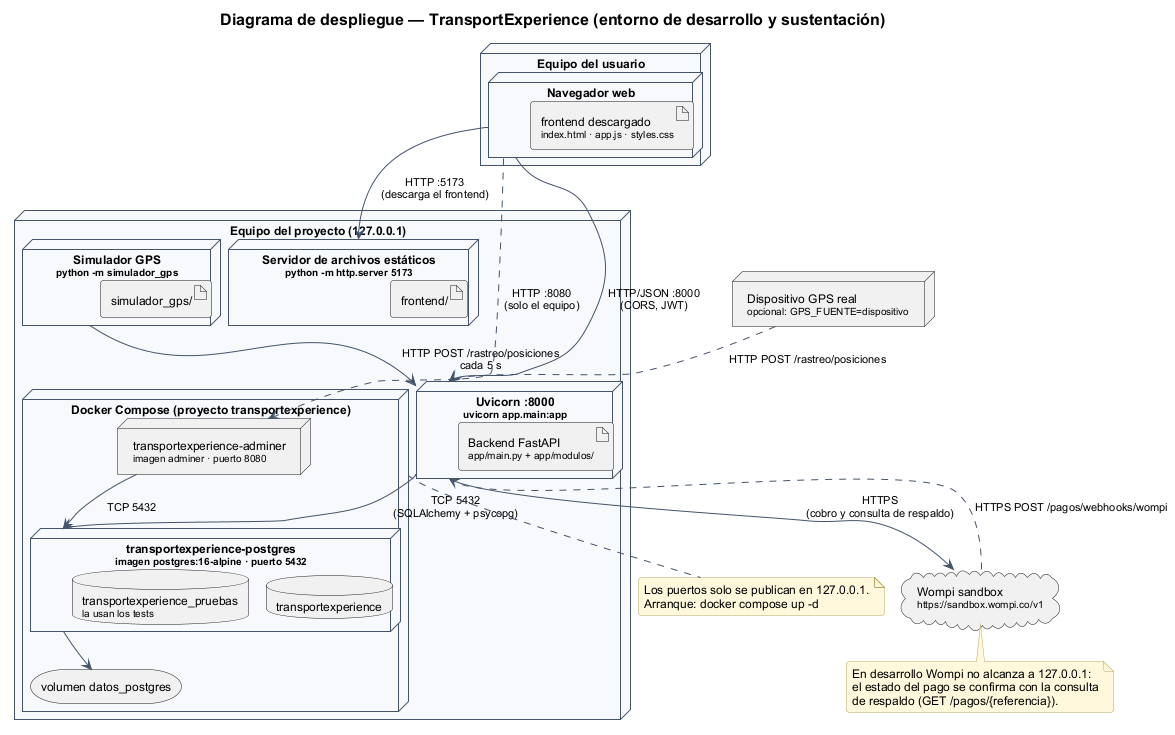
This is docs/uml/05-despliegue.png from jcaro819/TransportExperienceBackend, a PlantUML export, as it was before one commit. The source it was exported from:
```plantuml
@startuml
!include estilo.iuml
title Diagrama de despliegue — TransportExperience (entorno de desarrollo y sustentación)

node "Equipo del usuario" as equipo_usuario {
  node "Navegador web" as navegador {
    artifact "frontend descargado\n<size:10>index.html · app.js · styles.css</size>" as pagina
  }
}

node "Equipo del proyecto (127.0.0.1)" as servidor {
  node "Servidor de archivos estáticos\n<size:10>python -m http.server 5173</size>" as estatico {
    artifact "frontend/" as frontend
  }

  node "Uvicorn :8000\n<size:10>uvicorn app.main:app</size>" as uvicorn {
    artifact "Backend FastAPI\n<size:10>app/main.py + app/modulos/</size>" as api
  }

  node "Simulador GPS\n<size:10>python -m simulador_gps</size>" as simulador {
    artifact "simulador_gps/" as codigo_simulador
  }

  node "Docker Compose (proyecto transportexperience)" as compose {
    node "transportexperience-postgres\n<size:10>imagen postgres:16-alpine · puerto 5432</size>" as contenedor_pg {
      database "transportexperience" as bd
      database "transportexperience_pruebas\n<size:10>la usan los tests</size>" as bd_pruebas
    }
    node "transportexperience-adminer\n<size:10>imagen adminer · puerto 8080</size>" as adminer
    storage "volumen datos_postgres" as volumen
  }
}

cloud "Wompi sandbox\n<size:10>https://sandbox.wompi.co/v1</size>" as wompi
node "Dispositivo GPS real\n<size:10>opcional: GPS_FUENTE=dispositivo</size>" as dispositivo

navegador --> estatico : HTTP :5173\n(descarga el frontend)
navegador --> uvicorn : HTTP/JSON :8000\n(CORS, JWT)
uvicorn --> contenedor_pg : TCP 5432\n(SQLAlchemy + psycopg)
adminer --> contenedor_pg : TCP 5432
contenedor_pg --> volumen
navegador ..> adminer : HTTP :8080\n(solo el equipo)
simulador --> uvicorn : HTTP POST /rastreo/posiciones\ncada 5 s
dispositivo ..> uvicorn : HTTP POST /rastreo/posiciones
uvicorn --> wompi : HTTPS\n(cobro y consulta de respaldo)
wompi ..> uvicorn : HTTPS POST /pagos/webhooks/wompi

note bottom of wompi
  En desarrollo Wompi no alcanza a 127.0.0.1:
  el estado del pago se confirma con la consulta
  de respaldo (GET /pagos/{referencia}).
end note

note bottom of compose
  Los puertos solo se publican en 127.0.0.1.
  Arranque: docker compose up -d
end note
@enduml
```
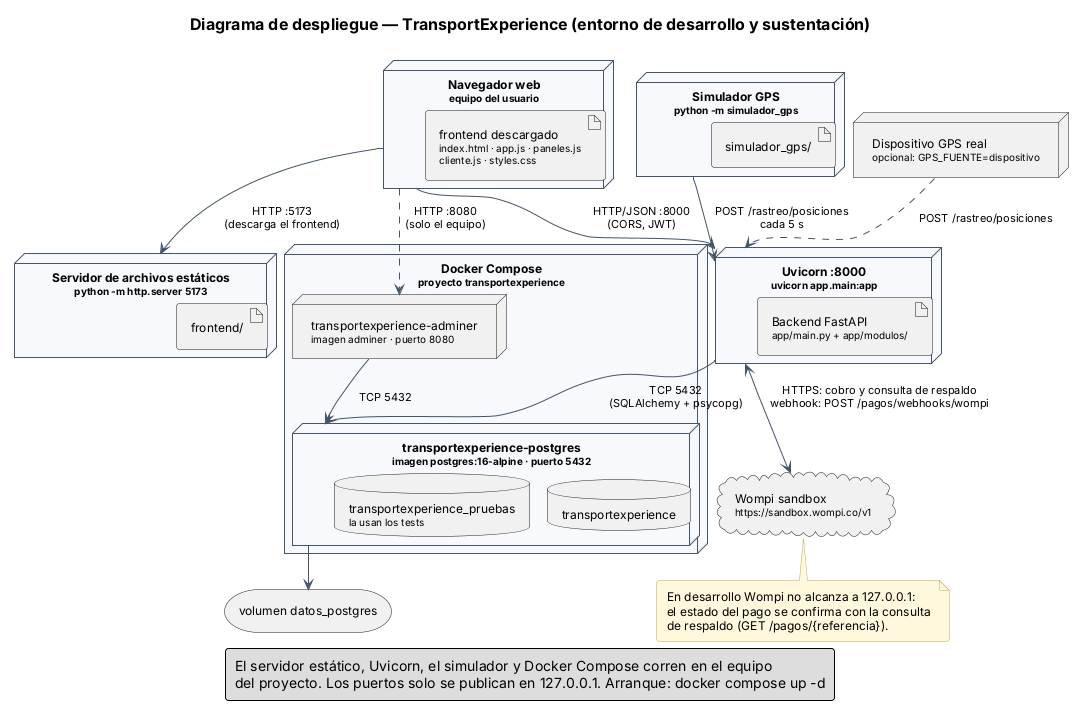
The same file after the commit.

Commit message:
Docs: diagrama de despliegue sin el bloque del equipo del proyecto y con nodos separados

- Se quita el nodo contenedor "Equipo del proyecto"; cada nodo queda suelto.
- Conexiones por niveles, todas hacia abajo, para que no se crucen.
- Wompi con una sola conexión de ida y vuelta (cobro y webhook).
- El artefacto del frontend nombra los cinco archivos reales (incluye paneles.js y cliente.js).

Claude-Session: https://claude.ai/code/session_01YU8Zek9tnRqsQKjdaAZvDD

The edit, as a diff of the source:
```diff
@@ -2,48 +2,49 @@
 !include estilo.iuml
 title Diagrama de despliegue — TransportExperience (entorno de desarrollo y sustentación)
 
-node "Equipo del usuario" as equipo_usuario {
-  node "Navegador web" as navegador {
-    artifact "frontend descargado\n<size:10>index.html · app.js · styles.css</size>" as pagina
-  }
+skinparam nodesep 80
+skinparam ranksep 100
+skinparam padding 4
+
+node "Navegador web\n<size:10>equipo del usuario</size>" as navegador {
+  artifact "frontend descargado\n<size:10>index.html · app.js · paneles.js</size>\n<size:10>cliente.js · styles.css</size>" as pagina
 }
 
-node "Equipo del proyecto (127.0.0.1)" as servidor {
-  node "Servidor de archivos estáticos\n<size:10>python -m http.server 5173</size>" as estatico {
-    artifact "frontend/" as frontend
-  }
-
-  node "Uvicorn :8000\n<size:10>uvicorn app.main:app</size>" as uvicorn {
-    artifact "Backend FastAPI\n<size:10>app/main.py + app/modulos/</size>" as api
-  }
-
-  node "Simulador GPS\n<size:10>python -m simulador_gps</size>" as simulador {
-    artifact "simulador_gps/" as codigo_simulador
-  }
-
-  node "Docker Compose (proyecto transportexperience)" as compose {
-    node "transportexperience-postgres\n<size:10>imagen postgres:16-alpine · puerto 5432</size>" as contenedor_pg {
-      database "transportexperience" as bd
-      database "transportexperience_pruebas\n<size:10>la usan los tests</size>" as bd_pruebas
-    }
-    node "transportexperience-adminer\n<size:10>imagen adminer · puerto 8080</size>" as adminer
-    storage "volumen datos_postgres" as volumen
-  }
+node "Servidor de archivos estáticos\n<size:10>python -m http.server 5173</size>" as estatico {
+  artifact "frontend/" as frontend
 }
 
-cloud "Wompi sandbox\n<size:10>https://sandbox.wompi.co/v1</size>" as wompi
+node "Uvicorn :8000\n<size:10>uvicorn app.main:app</size>" as uvicorn {
+  artifact "Backend FastAPI\n<size:10>app/main.py + app/modulos/</size>" as api
+}
+
+node "Simulador GPS\n<size:10>python -m simulador_gps</size>" as simulador {
+  artifact "simulador_gps/" as codigo_simulador
+}
+
 node "Dispositivo GPS real\n<size:10>opcional: GPS_FUENTE=dispositivo</size>" as dispositivo
 
+node "Docker Compose\n<size:10>proyecto transportexperience</size>" as compose {
+  node "transportexperience-postgres\n<size:10>imagen postgres:16-alpine · puerto 5432</size>" as contenedor_pg {
+    database "transportexperience" as bd
+    database "transportexperience_pruebas\n<size:10>la usan los tests</size>" as bd_pruebas
+  }
+  node "transportexperience-adminer\n<size:10>imagen adminer · puerto 8080</size>" as adminer
+}
+
+storage "volumen datos_postgres" as volumen
+
+cloud "Wompi sandbox\n<size:10>https://sandbox.wompi.co/v1</size>" as wompi
+
+dispositivo ..> uvicorn : POST /rastreo/posiciones
+simulador --> uvicorn : POST /rastreo/posiciones\ncada 5 s
 navegador --> estatico : HTTP :5173\n(descarga el frontend)
 navegador --> uvicorn : HTTP/JSON :8000\n(CORS, JWT)
+navegador ..> adminer : HTTP :8080\n(solo el equipo)
+uvicorn <--> wompi : HTTPS: cobro y consulta de respaldo\nwebhook: POST /pagos/webhooks/wompi
 uvicorn --> contenedor_pg : TCP 5432\n(SQLAlchemy + psycopg)
 adminer --> contenedor_pg : TCP 5432
 contenedor_pg --> volumen
-navegador ..> adminer : HTTP :8080\n(solo el equipo)
-simulador --> uvicorn : HTTP POST /rastreo/posiciones\ncada 5 s
-dispositivo ..> uvicorn : HTTP POST /rastreo/posiciones
-uvicorn --> wompi : HTTPS\n(cobro y consulta de respaldo)
-wompi ..> uvicorn : HTTPS POST /pagos/webhooks/wompi
 
 note bottom of wompi
   En desarrollo Wompi no alcanza a 127.0.0.1:
@@ -51,8 +52,8 @@
   de respaldo (GET /pagos/{referencia}).
 end note
 
-note bottom of compose
-  Los puertos solo se publican en 127.0.0.1.
-  Arranque: docker compose up -d
-end note
+legend bottom
+  El servidor estático, Uvicorn, el simulador y Docker Compose corren en el equipo
+  del proyecto. Los puertos solo se publican en 127.0.0.1. Arranque: docker compose up -d
+endlegend
 @enduml
```
